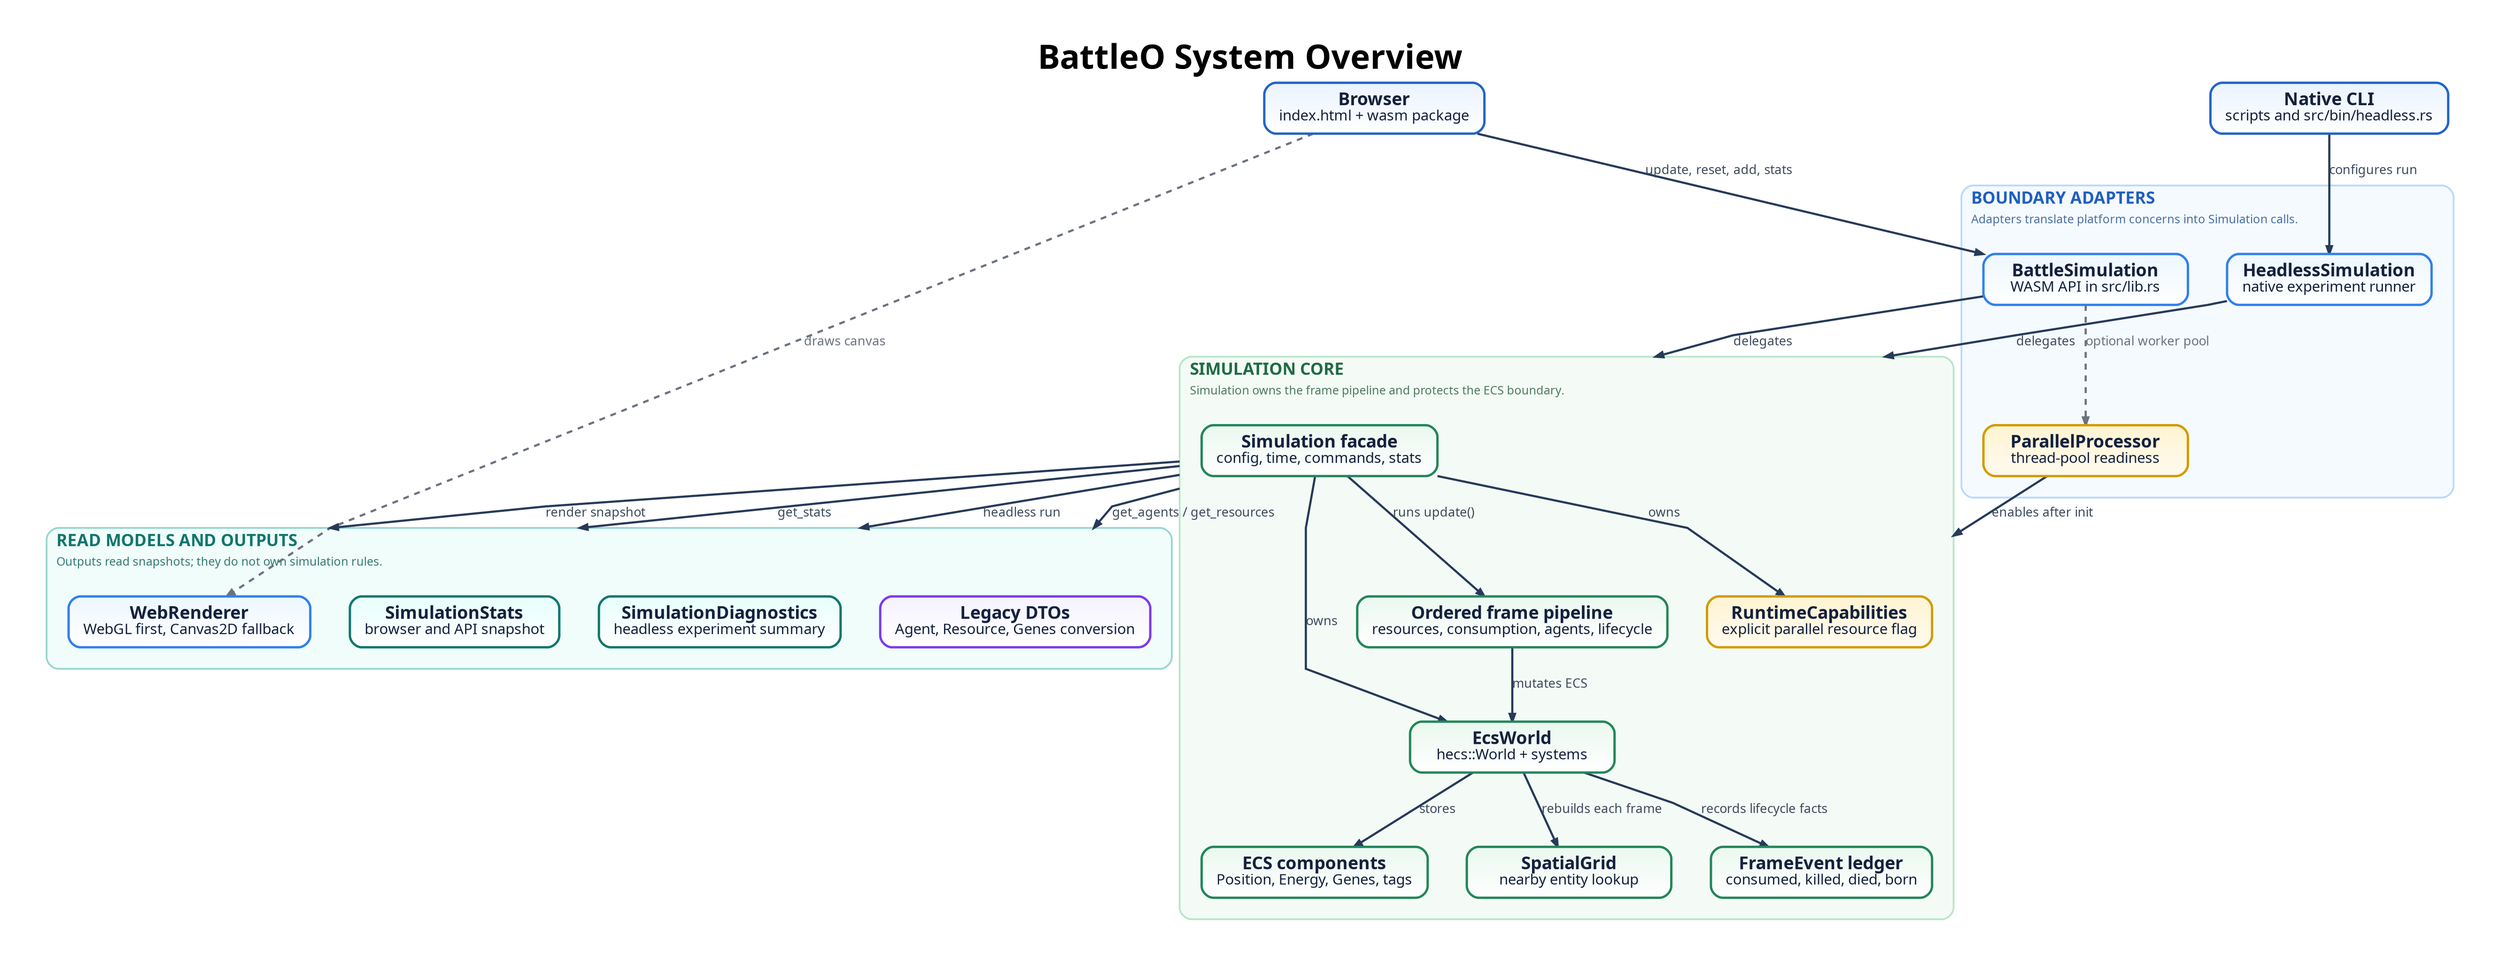
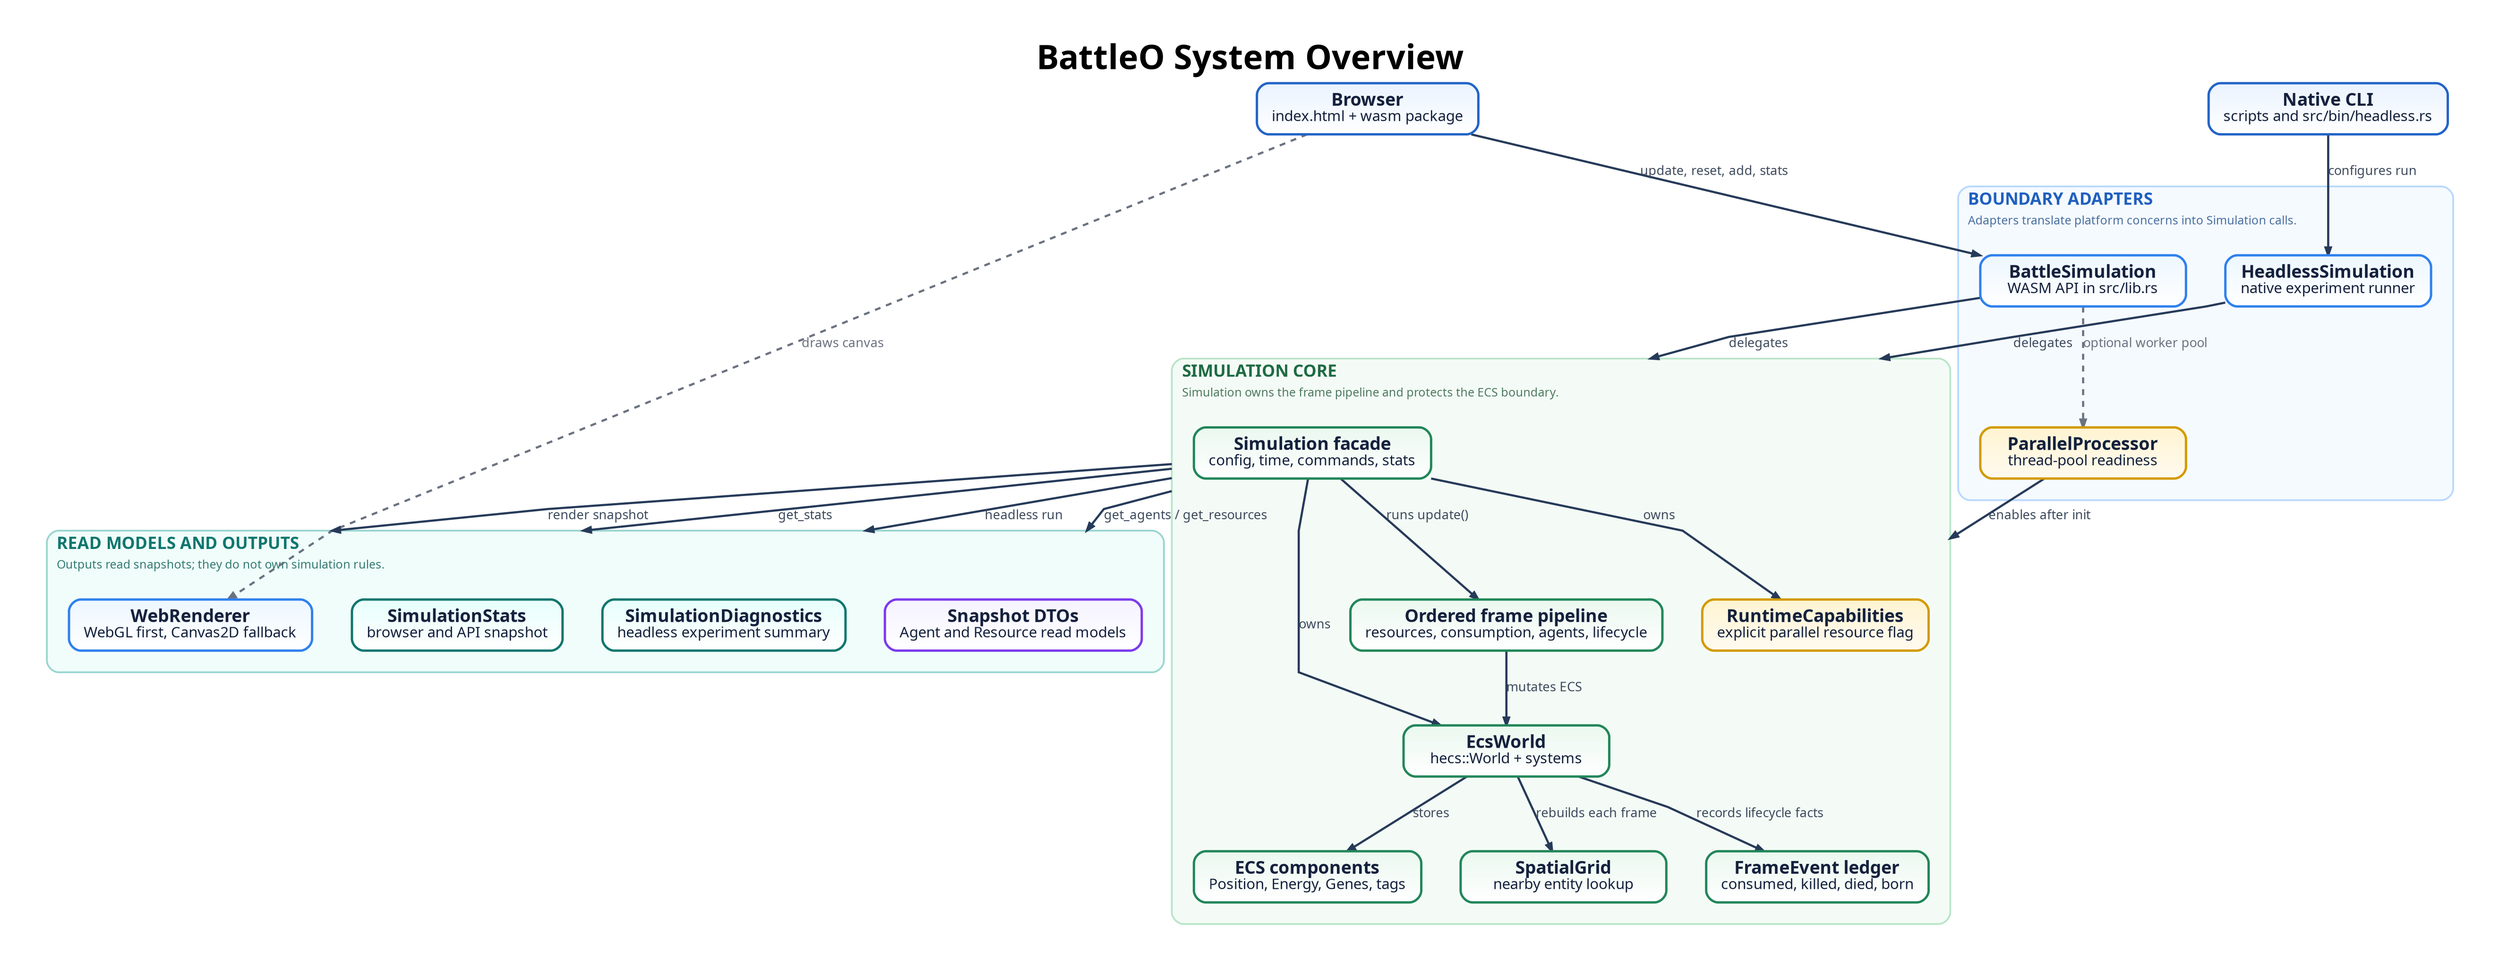
digraph BattleOSystemOverview {
  graph [
    rankdir=TB,
    bgcolor="#ffffff",
    pad="0.55",
    nodesep="0.55",
    ranksep="0.85",
    splines=polyline,
    outputorder=edgesfirst,
    compound=true,
    newrank=true,
    forcelabels=true,
    fontname="Avenir",
    label=<
      <TABLE BORDER="0" CELLBORDER="0" CELLSPACING="0" CELLPADDING="0">
        <TR><TD><FONT POINT-SIZE="34"><B>BattleO System Overview</B></FONT></TD></TR>
      </TABLE>
    >,
    labelloc=t,
    labeljust=c
  ];

  node [
    shape=box,
    style="rounded,filled",
    margin="0.21,0.13",
    width=2.90,
    height=0.72,
    fixedsize=false,
    fontname="Avenir",
    fontsize=18,
    penwidth=2.4,
    fontcolor="#14213d",
    color="#2264c7",
    fillcolor="#eaf3ff:#ffffff",
    gradientangle=270
  ];

  edge [
    color="#263a59",
    fontname="Avenir",
    fontsize=13,
    fontcolor="#3d4a5c",
    penwidth=2.2,
    arrowsize=0.78
  ];

  browser [label=<<B>Browser</B><BR/><FONT POINT-SIZE="15">index.html + wasm package</FONT>>];
  cli [label=<<B>Native CLI</B><BR/><FONT POINT-SIZE="15">scripts and src/bin/headless.rs</FONT>>];

  subgraph cluster_adapters {
    graph [
      label=<
        <TABLE BORDER="0" CELLBORDER="0" CELLSPACING="0" CELLPADDING="2">
          <TR><TD ALIGN="LEFT"><FONT POINT-SIZE="17" COLOR="#1f5fbf"><B>BOUNDARY ADAPTERS</B></FONT></TD></TR>
          <TR><TD ALIGN="LEFT"><FONT POINT-SIZE="12" COLOR="#496f9f">Adapters translate platform concerns into Simulation calls.</FONT></TD></TR>
        </TABLE>
      >,
      labelloc=t,
      labeljust=l,
      color="#b9d8ff",
      fillcolor="#f5faff",
      style="rounded,filled",
      penwidth=1.8,
      margin=22
    ];

    wasm_adapter [label=<<B>BattleSimulation</B><BR/><FONT POINT-SIZE="15">WASM API in src/lib.rs</FONT>>, fillcolor="#edf7ff:#ffffff", color="#2f80ed"];
    parallel_adapter [label=<<B>ParallelProcessor</B><BR/><FONT POINT-SIZE="15">thread-pool readiness</FONT>>, fillcolor="#fff4d1:#fffaf0", color="#d39a00"];
    headless_adapter [label=<<B>HeadlessSimulation</B><BR/><FONT POINT-SIZE="15">native experiment runner</FONT>>, fillcolor="#edf7ff:#ffffff", color="#2f80ed"];

    wasm_adapter -> parallel_adapter [label="optional worker pool", style=dashed, color="#6b7280", fontcolor="#6b7280"];
  }

  subgraph cluster_core {
    graph [
      label=<
        <TABLE BORDER="0" CELLBORDER="0" CELLSPACING="0" CELLPADDING="2">
          <TR><TD ALIGN="LEFT"><FONT POINT-SIZE="17" COLOR="#1e6b43"><B>SIMULATION CORE</B></FONT></TD></TR>
          <TR><TD ALIGN="LEFT"><FONT POINT-SIZE="12" COLOR="#4e7a61">Simulation owns the frame pipeline and protects the ECS boundary.</FONT></TD></TR>
        </TABLE>
      >,
      labelloc=t,
      labeljust=l,
      color="#b8e5c8",
      fillcolor="#f4fbf6",
      style="rounded,filled",
      penwidth=1.8,
      margin=22
    ];

    simulation [label=<<B>Simulation facade</B><BR/><FONT POINT-SIZE="15">config, time, commands, stats</FONT>>, fillcolor="#eaf8ef:#ffffff", color="#22865a"];
    capabilities [label=<<B>RuntimeCapabilities</B><BR/><FONT POINT-SIZE="15">explicit parallel resource flag</FONT>>, fillcolor="#fff4d1:#fffaf0", color="#d39a00"];
    world [label=<<B>EcsWorld</B><BR/><FONT POINT-SIZE="15">hecs::World + systems</FONT>>, fillcolor="#eaf8ef:#ffffff", color="#22865a"];
    components [label=<<B>ECS components</B><BR/><FONT POINT-SIZE="15">Position, Energy, Genes, tags</FONT>>, fillcolor="#eaf8ef:#ffffff", color="#22865a"];
    spatial_grid [label=<<B>SpatialGrid</B><BR/><FONT POINT-SIZE="15">nearby entity lookup</FONT>>, fillcolor="#eaf8ef:#ffffff", color="#22865a"];
    events [label=<<B>FrameEvent ledger</B><BR/><FONT POINT-SIZE="15">consumed, killed, died, born</FONT>>, fillcolor="#eaf8ef:#ffffff", color="#22865a"];
    frame_pipeline [label=<<B>Ordered frame pipeline</B><BR/><FONT POINT-SIZE="15">resources, consumption, agents, lifecycle</FONT>>, fillcolor="#eaf8ef:#ffffff", color="#22865a"];

    simulation -> world [label="owns"];
    simulation -> capabilities [label="owns"];
    world -> components [label="stores"];
    world -> spatial_grid [label="rebuilds each frame"];
    world -> events [label="records lifecycle facts"];
    simulation -> frame_pipeline [label="runs update()"];
    frame_pipeline -> world [label="mutates ECS"];
  }

  subgraph cluster_outputs {
    graph [
      label=<
        <TABLE BORDER="0" CELLBORDER="0" CELLSPACING="0" CELLPADDING="2">
          <TR><TD ALIGN="LEFT"><FONT POINT-SIZE="17" COLOR="#0f766e"><B>READ MODELS AND OUTPUTS</B></FONT></TD></TR>
          <TR><TD ALIGN="LEFT"><FONT POINT-SIZE="12" COLOR="#357a74">Outputs read snapshots; they do not own simulation rules.</FONT></TD></TR>
        </TABLE>
      >,
      labelloc=t,
      labeljust=l,
      color="#99d5cf",
      fillcolor="#f0fdfa",
      style="rounded,filled",
      penwidth=1.8,
      margin=22
    ];

    renderer [label=<<B>WebRenderer</B><BR/><FONT POINT-SIZE="15">WebGL first, Canvas2D fallback</FONT>>, fillcolor="#edf7ff:#ffffff", color="#2f80ed"];
    stats [label=<<B>SimulationStats</B><BR/><FONT POINT-SIZE="15">browser and API snapshot</FONT>>, fillcolor="#e6fffb:#ffffff", color="#0f766e"];
    diagnostics [label=<<B>SimulationDiagnostics</B><BR/><FONT POINT-SIZE="15">headless experiment summary</FONT>>, fillcolor="#e6fffb:#ffffff", color="#0f766e"];
-     dto [label=<<B>Legacy DTOs</B><BR/><FONT POINT-SIZE="15">Agent, Resource, Genes conversion</FONT>>, fillcolor="#f5f3ff:#ffffff", color="#7c3aed"];
+     dto [label=<<B>Snapshot DTOs</B><BR/><FONT POINT-SIZE="15">Agent and Resource read models</FONT>>, fillcolor="#f5f3ff:#ffffff", color="#7c3aed"];
  }

  browser -> wasm_adapter [label="update, reset, add, stats"];
  browser -> renderer [label="draws canvas", style=dashed, color="#6b7280", fontcolor="#6b7280"];
  cli -> headless_adapter [label="configures run"];

  wasm_adapter -> simulation [lhead=cluster_core, label="delegates"];
  headless_adapter -> simulation [lhead=cluster_core, label="delegates"];
  parallel_adapter -> capabilities [lhead=cluster_core, label="enables after init"];

  simulation -> renderer [ltail=cluster_core, lhead=cluster_outputs, label="render snapshot"];
  simulation -> stats [ltail=cluster_core, lhead=cluster_outputs, label="get_stats"];
  simulation -> diagnostics [ltail=cluster_core, lhead=cluster_outputs, label="headless run"];
  simulation -> dto [ltail=cluster_core, lhead=cluster_outputs, label="get_agents / get_resources"];
}
